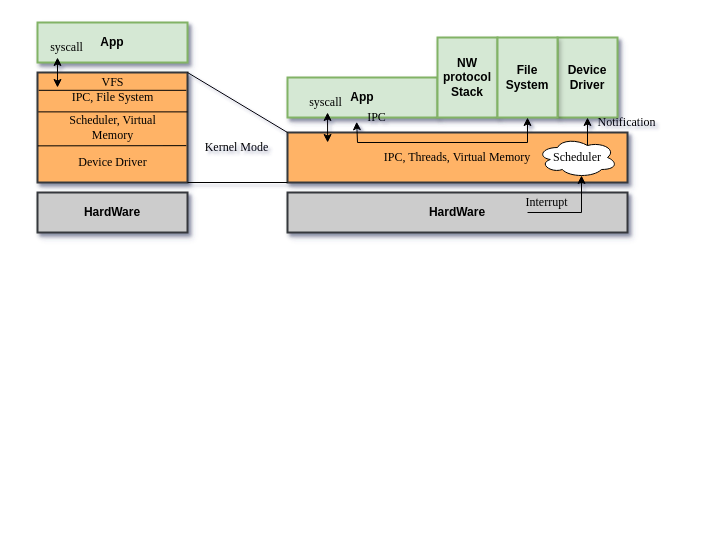
Earlier version of the draw.io diagram images/background.drawio (oscourse-tsinghua/openingreport-ldhai2023). Source tidied: cells renumbered, new cells numbered last; positions are measured from the earlier drawing's top-left corner, leaving out a move shared by most shapes. Both pictures are drawn from the tidied source at 100%, with x=0, y=0 at pixel (17, 22).
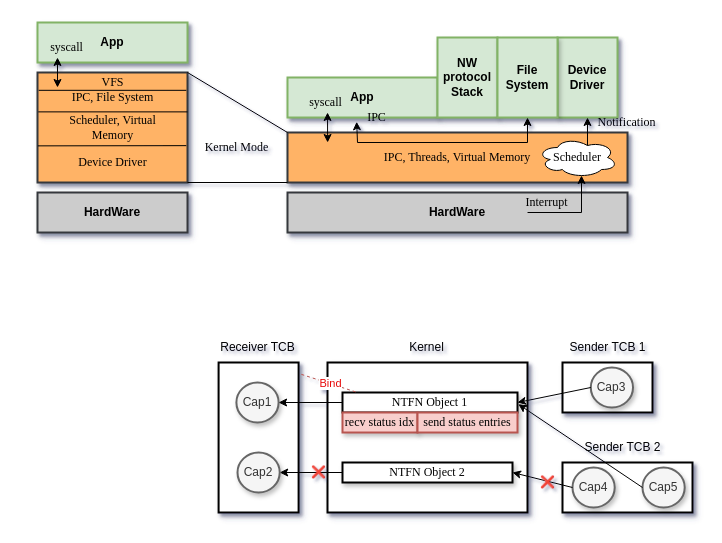
After the change.

What changed in the source:
```diff
@@
+    <mxCell id="32" style="rounded=0;whiteSpace=wrap;html=1;strokeWidth=2;shadow=1;" parent="1" vertex="1">
+      <mxGeometry x="310" y="340" width="200" height="150" as="geometry" />
+    </mxCell>
+    <mxCell id="33" value="&lt;font face=&quot;Times New Roman&quot;&gt;NTFN Object 1&lt;/font&gt;" style="rounded=0;whiteSpace=wrap;html=1;strokeWidth=2;shadow=1;" parent="1" vertex="1">
+      <mxGeometry x="325" y="370" width="175" height="20" as="geometry" />
+    </mxCell>
+    <mxCell id="34" value="&lt;font face=&quot;Times New Roman&quot;&gt;NTFN Object 2&lt;/font&gt;" style="rounded=0;whiteSpace=wrap;html=1;strokeWidth=2;shadow=1;" parent="1" vertex="1">
+      <mxGeometry x="325" y="440" width="170" height="20" as="geometry" />
+    </mxCell>
+    <mxCell id="35" style="rounded=0;whiteSpace=wrap;html=1;strokeWidth=2;shadow=1;" parent="1" vertex="1">
+      <mxGeometry x="201.1" y="340" width="80" height="150" as="geometry" />
+    </mxCell>
+    <mxCell id="36" value="Receiver TCB" style="text;html=1;align=center;verticalAlign=middle;strokeColor=none;fillColor=none;" parent="1" vertex="1">
+      <mxGeometry x="190" y="310" width="100" height="30" as="geometry" />
+    </mxCell>
+    <mxCell id="37" value="Kernel" style="text;html=1;align=center;verticalAlign=middle;strokeColor=none;fillColor=none;" parent="1" vertex="1">
+      <mxGeometry x="378.8" y="310" width="60" height="30" as="geometry" />
+    </mxCell>
+    <mxCell id="38" style="rounded=0;whiteSpace=wrap;html=1;strokeWidth=2;shadow=1;" parent="1" vertex="1">
+      <mxGeometry x="545" y="340" width="90" height="50" as="geometry" />
+    </mxCell>
+    <mxCell id="39" value="Sender TCB 1" style="text;html=1;align=center;verticalAlign=middle;strokeColor=none;fillColor=none;" parent="1" vertex="1">
+      <mxGeometry x="540" y="310" width="100" height="30" as="geometry" />
+    </mxCell>
+    <mxCell id="40" value="Cap1" style="ellipse;whiteSpace=wrap;html=1;shadow=1;rounded=0;strokeColor=#666666;strokeWidth=2;align=center;verticalAlign=middle;fontFamily=Helvetica;fontSize=12;fillColor=#f5f5f5;fontColor=#333333;" parent="1" vertex="1">
+      <mxGeometry x="218.9" y="360" width="42.2" height="40" as="geometry" />
+    </mxCell>
+    <mxCell id="41" value="Cap3" style="ellipse;whiteSpace=wrap;html=1;shadow=1;rounded=0;strokeColor=#666666;strokeWidth=2;align=center;verticalAlign=middle;fontFamily=Helvetica;fontSize=12;fillColor=#f5f5f5;fontColor=#333333;" parent="1" vertex="1">
+      <mxGeometry x="573.3" y="345" width="42.2" height="40" as="geometry" />
+    </mxCell>
+    <mxCell id="42" style="rounded=0;whiteSpace=wrap;html=1;strokeWidth=2;shadow=1;" parent="1" vertex="1">
+      <mxGeometry x="545" y="440" width="130" height="50" as="geometry" />
+    </mxCell>
+    <mxCell id="43" value="Sender TCB 2" style="text;html=1;align=center;verticalAlign=middle;strokeColor=none;fillColor=none;" parent="1" vertex="1">
+      <mxGeometry x="555" y="410" width="100" height="30" as="geometry" />
+    </mxCell>
+    <mxCell id="44" value="Cap4" style="ellipse;whiteSpace=wrap;html=1;shadow=1;rounded=0;strokeColor=#666666;strokeWidth=2;align=center;verticalAlign=middle;fontFamily=Helvetica;fontSize=12;fillColor=#f5f5f5;fontColor=#333333;" parent="1" vertex="1">
+      <mxGeometry x="555" y="445" width="42.2" height="40" as="geometry" />
+    </mxCell>
+    <mxCell id="45" value="Cap5" style="ellipse;whiteSpace=wrap;html=1;shadow=1;rounded=0;strokeColor=#666666;strokeWidth=2;align=center;verticalAlign=middle;fontFamily=Helvetica;fontSize=12;fillColor=#f5f5f5;fontColor=#333333;" parent="1" vertex="1">
+      <mxGeometry x="625" y="445" width="42.2" height="40" as="geometry" />
+    </mxCell>
+    <mxCell id="46" value="Cap2" style="ellipse;whiteSpace=wrap;html=1;shadow=1;rounded=0;strokeColor=#666666;strokeWidth=2;align=center;verticalAlign=middle;fontFamily=Helvetica;fontSize=12;fillColor=#f5f5f5;fontColor=#333333;" parent="1" vertex="1">
+      <mxGeometry x="220" y="430" width="42.2" height="40" as="geometry" />
+    </mxCell>
+    <mxCell id="47" style="endArrow=classic;html=1;rounded=0;exitX=0;exitY=0.5;exitDx=0;exitDy=0;entryX=1;entryY=0.5;entryDx=0;entryDy=0;" parent="1" edge="1" source="33" target="40">
+      <mxGeometry relative="1" as="geometry" />
+    </mxCell>
+    <mxCell id="48" style="endArrow=classic;html=1;rounded=0;exitX=0;exitY=0.5;exitDx=0;exitDy=0;entryX=1;entryY=0.5;entryDx=0;entryDy=0;" parent="1" edge="1" source="34" target="46">
+      <mxGeometry relative="1" as="geometry" />
+    </mxCell>
+    <mxCell id="49" style="endArrow=classic;html=1;rounded=0;exitX=0;exitY=0.5;exitDx=0;exitDy=0;entryX=1;entryY=0.5;entryDx=0;entryDy=0;" parent="1" edge="1" source="41" target="33">
+      <mxGeometry relative="1" as="geometry" />
+    </mxCell>
+    <mxCell id="50" style="endArrow=classic;html=1;rounded=0;exitX=0;exitY=0.5;exitDx=0;exitDy=0;entryX=1;entryY=0.5;entryDx=0;entryDy=0;" parent="1" edge="1" source="44" target="34">
+      <mxGeometry relative="1" as="geometry" />
+    </mxCell>
+    <mxCell id="51" style="endArrow=classic;html=1;rounded=0;exitX=0;exitY=0.5;exitDx=0;exitDy=0;entryX=1.005;entryY=0.585;entryDx=0;entryDy=0;entryPerimeter=0;" parent="1" edge="1" source="45" target="33">
+      <mxGeometry relative="1" as="geometry" />
+    </mxCell>
+    <mxCell id="52" value="&lt;font face=&quot;Times New Roman&quot;&gt;recv status idx&lt;/font&gt;" style="rounded=0;whiteSpace=wrap;html=1;strokeWidth=2;shadow=1;fillColor=#f8cecc;strokeColor=#b85450;" parent="1" vertex="1">
+      <mxGeometry x="325" y="390" width="75" height="20" as="geometry" />
+    </mxCell>
+    <mxCell id="53" value="&lt;font face=&quot;Times New Roman&quot;&gt;send status entries&lt;/font&gt;" style="rounded=0;whiteSpace=wrap;html=1;strokeWidth=2;shadow=1;fillColor=#f8cecc;strokeColor=#b85450;" parent="1" vertex="1">
+      <mxGeometry x="400" y="390" width="100" height="20" as="geometry" />
+    </mxCell>
+    <mxCell id="54" style="endArrow=none;dashed=1;html=1;rounded=0;exitX=1.034;exitY=0.079;exitDx=0;exitDy=0;exitPerimeter=0;fillColor=#f8cecc;strokeColor=#b85450;" parent="1" edge="1" source="35">
+      <mxGeometry relative="1" as="geometry">
+        <mxPoint x="340" y="370" as="targetPoint" />
+      </mxGeometry>
+    </mxCell>
+    <mxCell id="55" value="&lt;font color=&quot;#e70808&quot;&gt;Bind&lt;/font&gt;" style="edgeLabel;html=1;align=center;verticalAlign=middle;" parent="54" vertex="1">
+      <mxGeometry x="0.03" y="1" relative="1" as="geometry" />
+    </mxCell>
+    <mxCell id="56" value="❌" style="text;html=1;align=center;verticalAlign=middle;strokeColor=none;fillColor=none;" parent="1" vertex="1">
+      <mxGeometry x="281.1" y="435" width="40" height="30" as="geometry" />
+    </mxCell>
+    <mxCell id="57" value="❌" style="text;html=1;align=center;verticalAlign=middle;strokeColor=none;fillColor=none;" parent="1" vertex="1">
+      <mxGeometry x="510" y="445" width="40" height="30" as="geometry" />
+    </mxCell>
```
